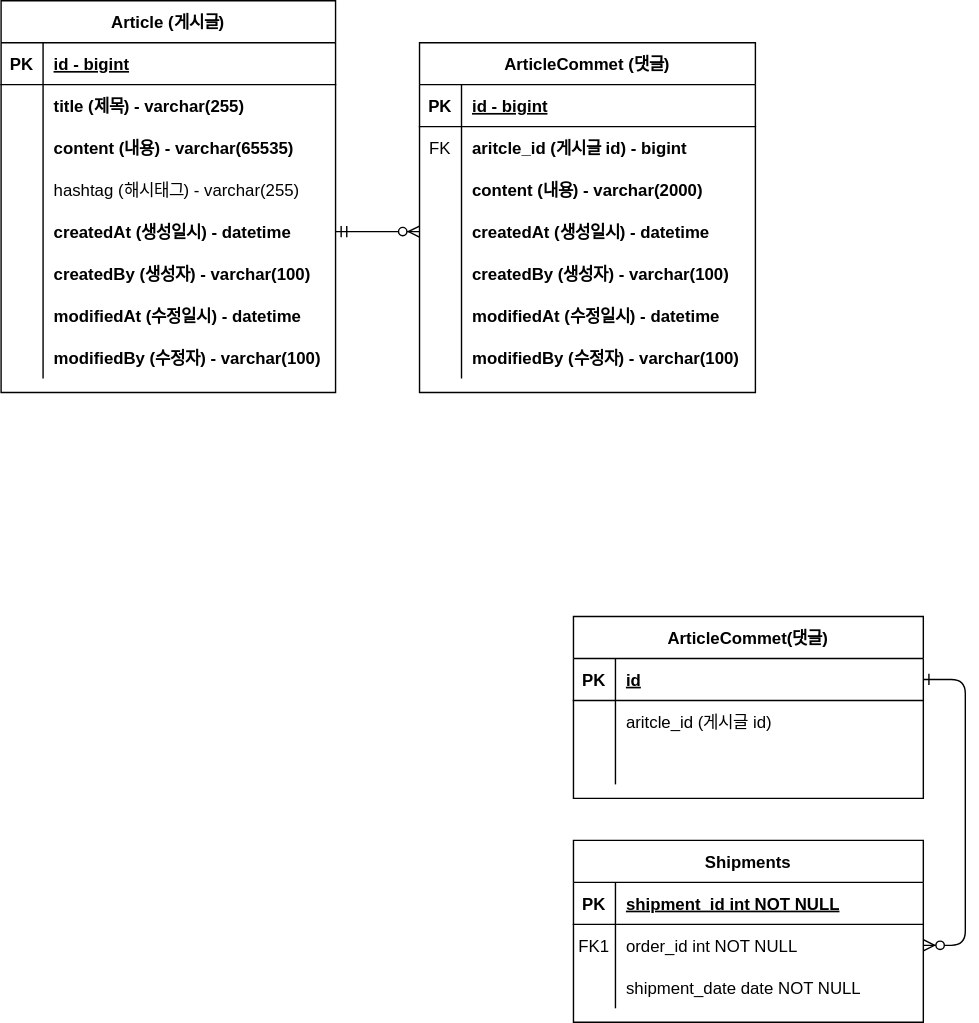
Earlier version of the draw.io export document/board-erd.svg (JeongHyeon-Yoon/board-project). Source tidied: cells renumbered, new cells last; positions are measured from the earlier drawing's top-left corner, leaving out a move shared by most shapes.
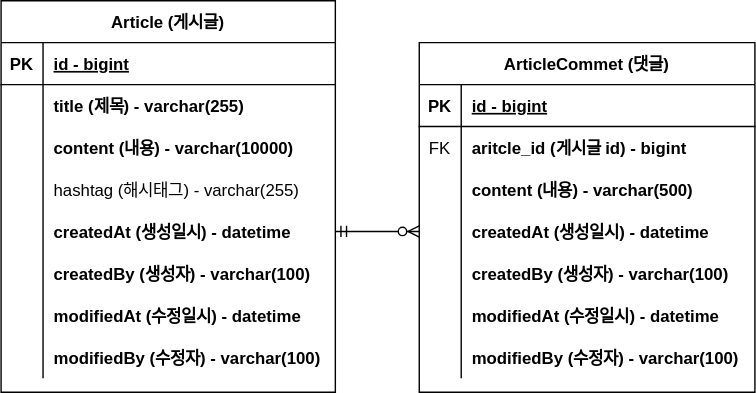
The same file after the commit.

Commit message:
#10 - erd 업데이트 : content 사이즈 변경

Diff of the diagram source:
```diff
@@ -2,69 +2,6 @@
   <root>
     <mxCell id="0" />
     <mxCell id="1" parent="0" />
-    <mxCell id="2" style="edgeStyle=entityRelationEdgeStyle;endArrow=ERzeroToMany;startArrow=ERone;endFill=1;startFill=0;" parent="1" edge="1" source="4" target="17">
-      <mxGeometry relative="1" as="geometry" />
-    </mxCell>
-    <mxCell id="3" value="ArticleCommet(댓글)" style="shape=table;startSize=30;rowLines=0;fontStyle=1;align=center;" parent="1" vertex="1">
-      <mxGeometry x="409" y="440" width="250" height="130" as="geometry" />
-    </mxCell>
-    <mxCell id="4" style="shape=partialRectangle;fillColor=none;points=[[0,0.5],[1,0.5]];portConstraint=eastwest;top=0;left=0;right=0;bottom=1;" parent="3" vertex="1">
-      <mxGeometry y="30" width="250" height="30" as="geometry" />
-    </mxCell>
-    <mxCell id="5" value="PK" style="shape=partialRectangle;overflow=hidden;fillColor=none;top=0;left=0;bottom=0;right=0;fontStyle=1;" parent="4" vertex="1">
-      <mxGeometry width="30" height="30" as="geometry" />
-    </mxCell>
-    <mxCell id="6" value="id" style="shape=partialRectangle;overflow=hidden;fillColor=none;top=0;left=0;bottom=0;right=0;align=left;spacingLeft=6;fontStyle=5;" parent="4" vertex="1">
-      <mxGeometry x="30" width="220" height="30" as="geometry" />
-    </mxCell>
-    <mxCell id="7" style="shape=partialRectangle;fillColor=none;top=0;left=0;right=0;bottom=0;" parent="3" vertex="1">
-      <mxGeometry y="60" width="250" height="30" as="geometry" />
-    </mxCell>
-    <mxCell id="8" style="shape=partialRectangle;overflow=hidden;fillColor=none;top=0;left=0;bottom=0;right=0;" parent="7" vertex="1">
-      <mxGeometry width="30" height="30" as="geometry" />
-    </mxCell>
-    <mxCell id="9" value="aritcle_id (게시글 id)" style="shape=partialRectangle;overflow=hidden;fillColor=none;top=0;left=0;bottom=0;right=0;align=left;spacingLeft=6;" parent="7" vertex="1">
-      <mxGeometry x="30" width="220" height="30" as="geometry" />
-    </mxCell>
-    <mxCell id="10" style="shape=partialRectangle;fillColor=none;top=0;left=0;right=0;bottom=0;" parent="3" vertex="1">
-      <mxGeometry y="90" width="250" height="30" as="geometry" />
-    </mxCell>
-    <mxCell id="11" style="shape=partialRectangle;overflow=hidden;fillColor=none;top=0;left=0;bottom=0;right=0;" parent="10" vertex="1">
-      <mxGeometry width="30" height="30" as="geometry" />
-    </mxCell>
-    <mxCell id="12" style="shape=partialRectangle;overflow=hidden;fillColor=none;top=0;left=0;bottom=0;right=0;align=left;spacingLeft=6;" parent="10" vertex="1">
-      <mxGeometry x="30" width="220" height="30" as="geometry" />
-    </mxCell>
-    <mxCell id="13" value="Shipments" style="shape=table;startSize=30;rowLines=0;fontStyle=1;align=center;" parent="1" vertex="1">
-      <mxGeometry x="409" y="600" width="250" height="130" as="geometry" />
-    </mxCell>
-    <mxCell id="14" style="shape=partialRectangle;fillColor=none;top=0;left=0;right=0;bottom=1;" parent="13" vertex="1">
-      <mxGeometry y="30" width="250" height="30" as="geometry" />
-    </mxCell>
-    <mxCell id="15" value="PK" style="shape=partialRectangle;overflow=hidden;fillColor=none;top=0;left=0;bottom=0;right=0;fontStyle=1;" parent="14" vertex="1">
-      <mxGeometry width="30" height="30" as="geometry" />
-    </mxCell>
-    <mxCell id="16" value="shipment_id int NOT NULL " style="shape=partialRectangle;overflow=hidden;fillColor=none;top=0;left=0;bottom=0;right=0;align=left;spacingLeft=6;fontStyle=5;" parent="14" vertex="1">
-      <mxGeometry x="30" width="220" height="30" as="geometry" />
-    </mxCell>
-    <mxCell id="17" style="shape=partialRectangle;fillColor=none;points=[[0,0.5],[1,0.5]];portConstraint=eastwest;top=0;left=0;right=0;bottom=0;" parent="13" vertex="1">
-      <mxGeometry y="60" width="250" height="30" as="geometry" />
-    </mxCell>
-    <mxCell id="18" value="FK1" style="shape=partialRectangle;overflow=hidden;fillColor=none;top=0;left=0;bottom=0;right=0;" parent="17" vertex="1">
-      <mxGeometry width="30" height="30" as="geometry" />
-    </mxCell>
-    <mxCell id="19" value="order_id int NOT NULL" style="shape=partialRectangle;overflow=hidden;fillColor=none;top=0;left=0;bottom=0;right=0;align=left;spacingLeft=6;" parent="17" vertex="1">
-      <mxGeometry x="30" width="220" height="30" as="geometry" />
-    </mxCell>
-    <mxCell id="20" style="shape=partialRectangle;fillColor=none;top=0;left=0;right=0;bottom=0;" parent="13" vertex="1">
-      <mxGeometry y="90" width="250" height="30" as="geometry" />
-    </mxCell>
-    <mxCell id="21" style="shape=partialRectangle;overflow=hidden;fillColor=none;top=0;left=0;bottom=0;right=0;" parent="20" vertex="1">
-      <mxGeometry width="30" height="30" as="geometry" />
-    </mxCell>
-    <mxCell id="22" value="shipment_date date NOT NULL" style="shape=partialRectangle;overflow=hidden;fillColor=none;top=0;left=0;bottom=0;right=0;align=left;spacingLeft=6;" parent="20" vertex="1">
-      <mxGeometry x="30" width="220" height="30" as="geometry" />
-    </mxCell>
     <mxCell id="23" value="Article (게시글)" style="shape=table;startSize=30;rowLines=0;fontStyle=1;align=center;" parent="1" vertex="1">
       <mxGeometry width="239" height="280" as="geometry" />
     </mxCell>
@@ -92,7 +29,7 @@
     <mxCell id="31" style="shape=partialRectangle;overflow=hidden;fillColor=none;top=0;left=0;bottom=0;right=0;" parent="30" vertex="1">
       <mxGeometry width="30" height="30" as="geometry" />
     </mxCell>
-    <mxCell id="32" value="content (내용) - varchar(65535)" style="shape=partialRectangle;overflow=hidden;fillColor=none;top=0;left=0;bottom=0;right=0;align=left;spacingLeft=6;fontStyle=1;" parent="30" vertex="1">
+    <mxCell id="32" value="content (내용) - varchar(10000)" style="shape=partialRectangle;overflow=hidden;fillColor=none;top=0;left=0;bottom=0;right=0;align=left;spacingLeft=6;fontStyle=1;" parent="30" vertex="1">
       <mxGeometry x="30" width="209" height="30" as="geometry" />
     </mxCell>
     <mxCell id="33" style="shape=partialRectangle;fillColor=none;top=0;left=0;right=0;bottom=0;" parent="23" vertex="1">
@@ -167,7 +104,7 @@
     <mxCell id="56" style="shape=partialRectangle;overflow=hidden;fillColor=none;top=0;left=0;bottom=0;right=0;" parent="55" vertex="1">
       <mxGeometry width="30" height="30" as="geometry" />
     </mxCell>
-    <mxCell id="57" value="content (내용) - varchar(2000)" style="shape=partialRectangle;overflow=hidden;fillColor=none;top=0;left=0;bottom=0;right=0;align=left;spacingLeft=6;fontStyle=1;" parent="55" vertex="1">
+    <mxCell id="57" value="content (내용) - varchar(500)" style="shape=partialRectangle;overflow=hidden;fillColor=none;top=0;left=0;bottom=0;right=0;align=left;spacingLeft=6;fontStyle=1;" parent="55" vertex="1">
       <mxGeometry x="30" width="210" height="30" as="geometry" />
     </mxCell>
     <mxCell id="58" style="shape=partialRectangle;fillColor=none;points=[[0,0.5],[1,0.5]];portConstraint=eastwest;top=0;left=0;right=0;bottom=0;" parent="48" vertex="1">
```
